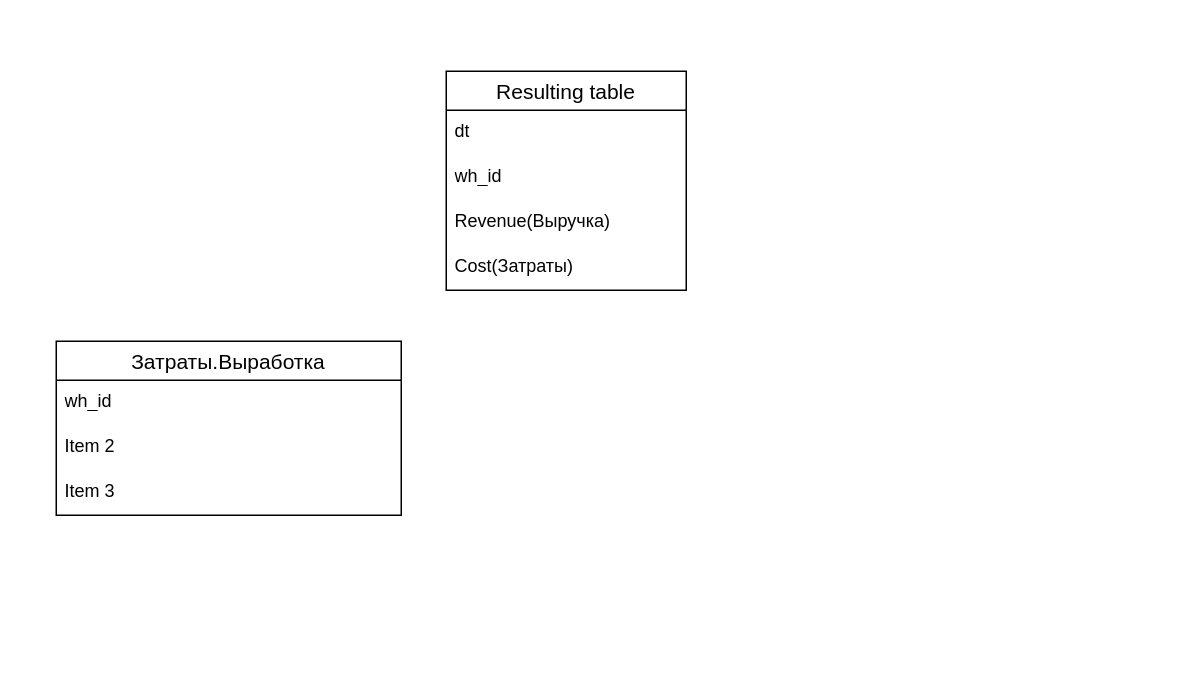
This is WH_cost_datails.drawio from AntonKoltsov85/Schemes, a draw.io file, before an edit. Source tidied: cells renumbered, new cells numbered last; positions are measured from the earlier drawing's top-left corner, leaving out a move shared by most shapes. Both pictures are drawn from the tidied source at 150%, with x=0, y=0 at pixel (56, 70).
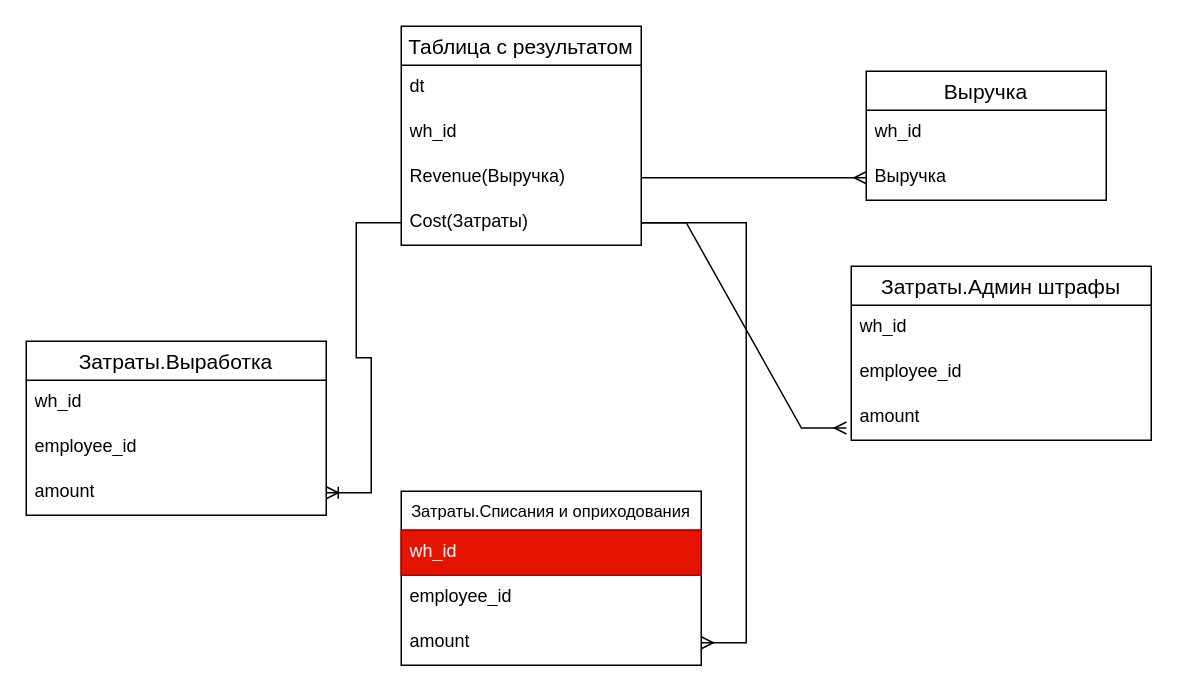
The same diagram, later.

The change refers to these unchanged cells:
```xml
<mxCell id="5" value="Revenue(Выручка)&lt;div&gt;&lt;br&gt;&lt;/div&gt;" style="text;strokeColor=none;fillColor=none;spacingLeft=4;spacingRight=4;overflow=hidden;points=[[0,0.5],[1,0.5]];portConstraint=eastwest;fontSize=12;whiteSpace=wrap;html=1;" parent="2" vertex="1">
  <mxGeometry y="86" width="160" height="30" as="geometry" />
</mxCell>
<mxCell id="6" value="Cost(Затраты)" style="text;strokeColor=none;fillColor=none;spacingLeft=4;spacingRight=4;overflow=hidden;points=[[0,0.5],[1,0.5]];portConstraint=eastwest;fontSize=12;whiteSpace=wrap;html=1;" parent="2" vertex="1">
  <mxGeometry y="116" width="160" height="30" as="geometry" />
</mxCell>
```

Diff of the diagram source:
```diff
@@
-    <mxCell id="2" value="Resulting table" style="swimlane;fontStyle=0;horizontal=1;startSize=26;align=center;fontSize=14;" parent="1" vertex="1">
-      <mxGeometry x="260" width="160" height="146" as="geometry" />
+    <mxCell id="2" value="Таблица с результатом" style="swimlane;fontStyle=0;horizontal=1;startSize=26;align=center;fontSize=14;" parent="1" vertex="1">
+      <mxGeometry x="230" y="-30" width="160" height="146" as="geometry" />
     </mxCell>
@@
     <mxCell id="7" value="Затраты.Выработка" style="swimlane;fontStyle=0;horizontal=1;startSize=26;align=center;fontSize=14;" parent="1" vertex="1">
-      <mxGeometry y="180" width="230" height="116" as="geometry" />
+      <mxGeometry x="-20" y="180" width="200" height="116" as="geometry" />
     </mxCell>
     <mxCell id="8" value="wh_id" style="text;strokeColor=none;fillColor=none;spacingLeft=4;spacingRight=4;overflow=hidden;fontSize=12;whiteSpace=wrap;html=1;" parent="7" vertex="1">
-      <mxGeometry y="26" width="230" height="30" as="geometry" />
+      <mxGeometry y="26" width="200" height="30" as="geometry" />
     </mxCell>
-    <mxCell id="9" value="Item 2" style="text;strokeColor=none;fillColor=none;spacingLeft=4;spacingRight=4;overflow=hidden;fontSize=12;whiteSpace=wrap;html=1;" parent="7" vertex="1">
-      <mxGeometry y="56" width="230" height="30" as="geometry" />
+    <mxCell id="9" value="employee_id" style="text;strokeColor=none;fillColor=none;spacingLeft=4;spacingRight=4;overflow=hidden;fontSize=12;whiteSpace=wrap;html=1;" parent="7" vertex="1">
+      <mxGeometry y="56" width="200" height="30" as="geometry" />
     </mxCell>
-    <mxCell id="10" value="Item 3" style="text;strokeColor=none;fillColor=none;spacingLeft=4;spacingRight=4;overflow=hidden;points=[[0,0.5],[1,0.5]];portConstraint=eastwest;fontSize=12;whiteSpace=wrap;html=1;" parent="7" vertex="1">
-      <mxGeometry y="86" width="230" height="30" as="geometry" />
+    <mxCell id="10" value="amount" style="text;strokeColor=none;fillColor=none;spacingLeft=4;spacingRight=4;overflow=hidden;points=[[0,0.5],[1,0.5]];portConstraint=eastwest;fontSize=12;whiteSpace=wrap;html=1;" parent="7" vertex="1">
+      <mxGeometry y="86" width="200" height="30" as="geometry" />
     </mxCell>
+    <mxCell id="11" value="Затраты.Списания и оприходования" style="swimlane;fontStyle=0;horizontal=1;startSize=26;align=center;fontSize=11;" parent="1" vertex="1">
+      <mxGeometry x="230" y="280" width="200" height="116" as="geometry" />
+    </mxCell>
+    <mxCell id="12" value="wh_id" style="text;strokeColor=#B20000;fillColor=#e51400;spacingLeft=4;spacingRight=4;overflow=hidden;fontSize=12;whiteSpace=wrap;html=1;fontColor=#ffffff;" parent="11" vertex="1">
+      <mxGeometry y="26" width="200" height="30" as="geometry" />
+    </mxCell>
+    <mxCell id="13" value="employee_id" style="text;strokeColor=none;fillColor=none;spacingLeft=4;spacingRight=4;overflow=hidden;fontSize=12;whiteSpace=wrap;html=1;" parent="11" vertex="1">
+      <mxGeometry y="56" width="200" height="30" as="geometry" />
+    </mxCell>
+    <mxCell id="14" value="amount" style="text;strokeColor=none;fillColor=none;spacingLeft=4;spacingRight=4;overflow=hidden;points=[[0,0.5],[1,0.5]];portConstraint=eastwest;fontSize=12;whiteSpace=wrap;html=1;" parent="11" vertex="1">
+      <mxGeometry y="86" width="200" height="30" as="geometry" />
+    </mxCell>
+    <mxCell id="15" value="Затраты.Админ штрафы" style="swimlane;fontStyle=0;horizontal=1;startSize=26;align=center;fontSize=14;" parent="1" vertex="1">
+      <mxGeometry x="530" y="130" width="200" height="116" as="geometry" />
+    </mxCell>
+    <mxCell id="16" value="wh_id" style="text;strokeColor=none;fillColor=none;spacingLeft=4;spacingRight=4;overflow=hidden;fontSize=12;whiteSpace=wrap;html=1;" parent="15" vertex="1">
+      <mxGeometry y="26" width="200" height="30" as="geometry" />
+    </mxCell>
+    <mxCell id="17" value="employee_id" style="text;strokeColor=none;fillColor=none;spacingLeft=4;spacingRight=4;overflow=hidden;fontSize=12;whiteSpace=wrap;html=1;" parent="15" vertex="1">
+      <mxGeometry y="56" width="200" height="30" as="geometry" />
+    </mxCell>
+    <mxCell id="18" value="amount" style="text;strokeColor=none;fillColor=none;spacingLeft=4;spacingRight=4;overflow=hidden;points=[[0,0.5],[1,0.5]];portConstraint=eastwest;fontSize=12;whiteSpace=wrap;html=1;" parent="15" vertex="1">
+      <mxGeometry y="86" width="200" height="30" as="geometry" />
+    </mxCell>
+    <mxCell id="19" style="edgeStyle=entityRelationEdgeStyle;fontSize=12;html=1;endArrow=ERoneToMany;rounded=0;exitX=0;exitY=0.5;exitDx=0;exitDy=0;" parent="1" edge="1" source="6" target="10">
+      <mxGeometry relative="1" as="geometry">
+        <Array as="points">
+          <mxPoint x="210" y="150" />
+          <mxPoint x="200" y="240" />
+        </Array>
+      </mxGeometry>
+    </mxCell>
+    <mxCell id="20" style="edgeStyle=entityRelationEdgeStyle;fontSize=12;html=1;endArrow=ERmany;rounded=0;exitX=1;exitY=0.5;exitDx=0;exitDy=0;" parent="1" edge="1" source="6" target="14">
+      <mxGeometry relative="1" as="geometry">
+        <Array as="points">
+          <mxPoint x="430" y="190" />
+          <mxPoint x="430" y="240" />
+        </Array>
+      </mxGeometry>
+    </mxCell>
+    <mxCell id="21" style="edgeStyle=entityRelationEdgeStyle;fontSize=12;html=1;endArrow=ERmany;rounded=0;entryX=-0.016;entryY=0.728;entryDx=0;entryDy=0;entryPerimeter=0;" parent="1" edge="1" source="6" target="18">
+      <mxGeometry relative="1" as="geometry" />
+    </mxCell>
+    <mxCell id="22" value="Выручка" style="swimlane;fontStyle=0;horizontal=1;startSize=26;align=center;fontSize=14;" parent="1" vertex="1">
+      <mxGeometry x="540" width="160" height="86" as="geometry" />
+    </mxCell>
+    <mxCell id="23" value="wh_id" style="text;strokeColor=none;fillColor=none;spacingLeft=4;spacingRight=4;overflow=hidden;fontSize=12;whiteSpace=wrap;html=1;" parent="22" vertex="1">
+      <mxGeometry y="26" width="160" height="30" as="geometry" />
+    </mxCell>
+    <mxCell id="24" value="Выручка" style="text;strokeColor=none;fillColor=none;spacingLeft=4;spacingRight=4;overflow=hidden;points=[[0,0.5],[1,0.5]];portConstraint=eastwest;fontSize=12;whiteSpace=wrap;html=1;" parent="22" vertex="1">
+      <mxGeometry y="56" width="160" height="30" as="geometry" />
+    </mxCell>
+    <mxCell id="25" style="edgeStyle=entityRelationEdgeStyle;fontSize=12;html=1;endArrow=ERmany;rounded=0;exitX=1;exitY=0.5;exitDx=0;exitDy=0;" parent="1" edge="1" source="5" target="24">
+      <mxGeometry relative="1" as="geometry" />
+    </mxCell>
```
